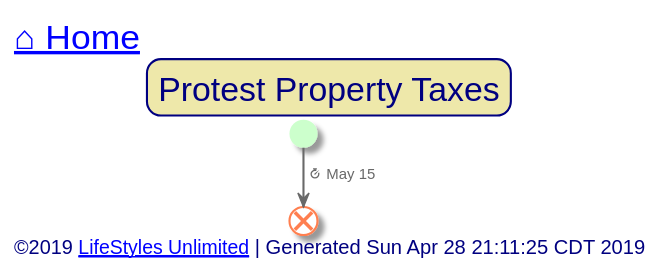
The PlantUML diagram out/src/single-family/protest-property-taxes.svg in toddmo/lifestylesunlimited, before a commit.
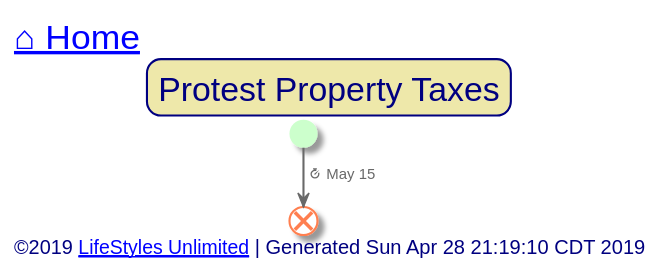
Later version of the same file.

What changed in the source:
```diff
@@ -88,7 +88,7 @@
 
 
 left footer
-	<font size=14>©2019 [[http://www.lifestylesunlimited.com LifeStyles Unlimited]] | Generated Sun Apr 28 21:11:25 CDT 2019</font>
+	<font size=14>©2019 [[http://www.lifestylesunlimited.com LifeStyles Unlimited]] | Generated Sun Apr 28 21:19:10 CDT 2019</font>
 endfooter
 
 
```
